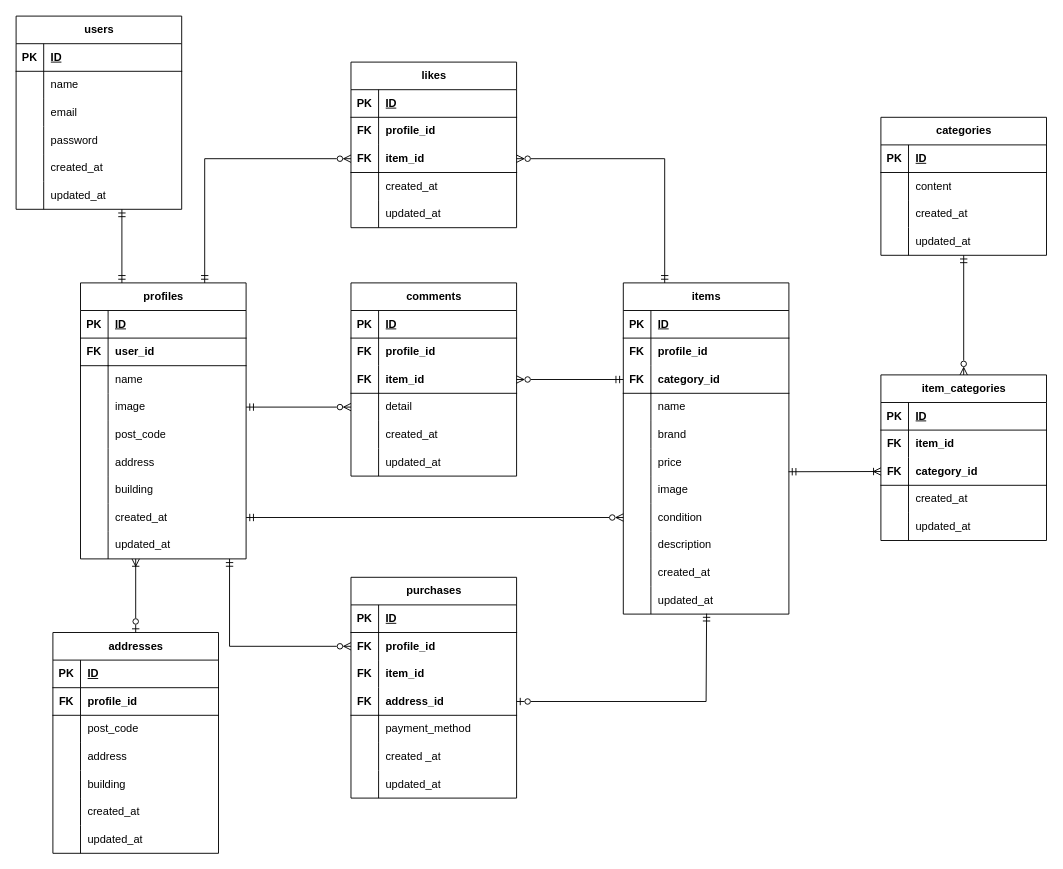
Before: flea-market.dio in ri0921/flea-market, a draw.io diagram. Source tidied: cells renumbered, new cells numbered last; positions are measured from the earlier drawing's top-left corner, leaving out a move shared by most shapes. Both pictures are drawn from the tidied source at 92%, with x=0, y=0 at pixel (16, 16).
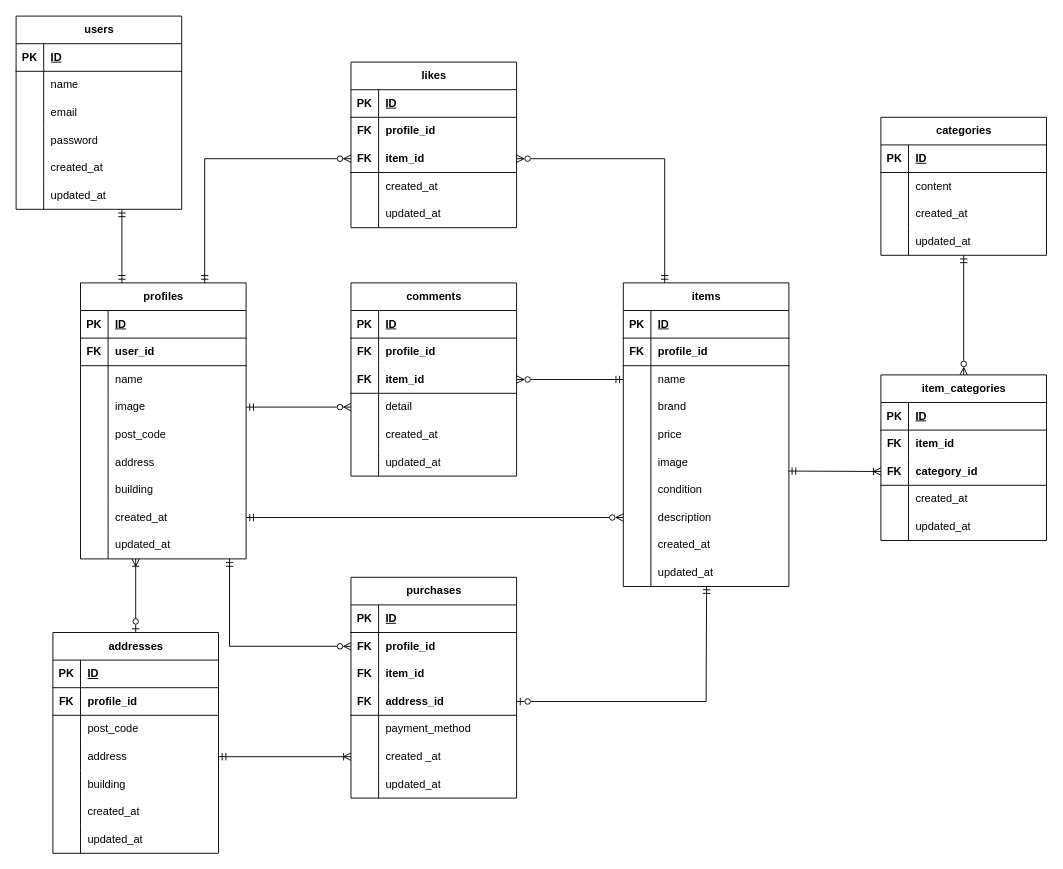
The same diagram, later.

Unchanged cells that the change refers to:
```xml
<mxCell id="25" style="shape=tableRow;horizontal=0;startSize=0;swimlaneHead=0;swimlaneBody=0;fillColor=none;points=[[0,0.5],[1,0.5]];portConstraint=eastwest;top=0;left=0;right=0;bottom=0;" parent="3" vertex="1">
  <mxGeometry y="240" width="180" height="30" as="geometry" />
</mxCell>
<mxCell id="54" style="shape=tableRow;horizontal=0;startSize=0;swimlaneHead=0;swimlaneBody=0;fillColor=none;points=[[0,0.5],[1,0.5]];portConstraint=eastwest;top=0;left=0;right=0;bottom=0;" parent="47" vertex="1">
  <mxGeometry y="90" width="180" height="30" as="geometry" />
</mxCell>
<mxCell id="70" style="shape=tableRow;horizontal=0;startSize=0;swimlaneHead=0;swimlaneBody=0;fillColor=none;top=0;left=0;right=0;bottom=0;" parent="66" vertex="1">
  <mxGeometry y="60" width="180" height="30" as="geometry" />
</mxCell>
<mxCell id="116" style="shape=tableRow;horizontal=0;startSize=0;swimlaneHead=0;swimlaneBody=0;fillColor=none;points=[[0,0.5],[1,0.5]];portConstraint=eastwest;top=0;left=0;right=0;bottom=0;" parent="100" vertex="1">
  <mxGeometry y="180" width="180" height="30" as="geometry" />
</mxCell>
<mxCell id="172" style="shape=tableRow;horizontal=0;startSize=0;swimlaneHead=0;swimlaneBody=0;fillColor=none;points=[[0,0.5],[1,0.5]];portConstraint=eastwest;top=0;left=0;right=0;bottom=0;" parent="162" vertex="1">
  <mxGeometry y="120" width="180" height="30" as="geometry" />
</mxCell>
<mxCell id="193" style="shape=tableRow;horizontal=0;startSize=0;swimlaneHead=0;swimlaneBody=0;fillColor=none;points=[[0,0.5],[1,0.5]];portConstraint=eastwest;top=0;left=0;right=0;bottom=0;" parent="186" vertex="1">
  <mxGeometry y="90" width="180" height="30" as="geometry" />
</mxCell>
```

Diff of the diagram source:
```diff
@@
     <mxCell id="66" value="items" style="shape=table;startSize=30;childLayout=tableLayout;rowLines=0;fontStyle=1;align=center;html=1;" parent="1" vertex="1">
-      <mxGeometry x="660" y="290" width="180" height="360" as="geometry" />
+      <mxGeometry x="660" y="290" width="180" height="330" as="geometry" />
     </mxCell>
@@
-    <mxCell id="71" value="&lt;b&gt;FK&lt;/b&gt;" style="shape=partialRectangle;fillColor=none;top=0;left=0;bottom=0;right=0;overflow=hidden;whiteSpace=wrap;html=1;" parent="70" vertex="1">
+    <mxCell id="71" value="&lt;b&gt;FK&lt;/b&gt;" style="shape=partialRectangle;fillColor=none;top=0;left=0;bottom=1;right=0;overflow=hidden;whiteSpace=wrap;html=1;" parent="70" vertex="1">
       <mxGeometry width="30" height="30" as="geometry" />
     </mxCell>
-    <mxCell id="72" value="&lt;b&gt;profile_id&lt;/b&gt;" style="shape=partialRectangle;fillColor=none;top=0;left=0;bottom=0;right=0;align=left;spacingLeft=6;overflow=hidden;whiteSpace=wrap;html=1;" parent="70" vertex="1">
+    <mxCell id="72" value="&lt;b&gt;profile_id&lt;/b&gt;" style="shape=partialRectangle;fillColor=none;top=0;left=0;bottom=1;right=0;align=left;spacingLeft=6;overflow=hidden;whiteSpace=wrap;html=1;" parent="70" vertex="1">
       <mxGeometry x="30" width="150" height="30" as="geometry" />
     </mxCell>
-    <mxCell id="73" style="shape=tableRow;horizontal=0;startSize=0;swimlaneHead=0;swimlaneBody=0;fillColor=none;points=[[0,0.5],[1,0.5]];portConstraint=eastwest;top=0;left=0;right=0;bottom=0;" parent="66" vertex="1">
-      <mxGeometry y="90" width="180" height="30" as="geometry" />
-    </mxCell>
-    <mxCell id="74" value="&lt;b&gt;FK&lt;/b&gt;" style="shape=partialRectangle;fillColor=none;top=0;left=0;bottom=1;right=0;overflow=hidden;whiteSpace=wrap;html=1;" parent="73" vertex="1">
-      <mxGeometry width="30" height="30" as="geometry" />
-    </mxCell>
-    <mxCell id="75" value="&lt;b&gt;category_id&lt;/b&gt;" style="shape=partialRectangle;fillColor=none;top=0;left=0;bottom=1;right=0;align=left;spacingLeft=6;overflow=hidden;whiteSpace=wrap;html=1;" parent="73" vertex="1">
-      <mxGeometry x="30" width="150" height="30" as="geometry" />
-    </mxCell>
     <mxCell id="76" style="shape=tableRow;horizontal=0;startSize=0;swimlaneHead=0;swimlaneBody=0;fillColor=none;points=[[0,0.5],[1,0.5]];portConstraint=eastwest;top=0;left=0;right=0;bottom=0;" parent="66" vertex="1">
-      <mxGeometry y="120" width="180" height="30" as="geometry" />
+      <mxGeometry y="90" width="180" height="30" as="geometry" />
     </mxCell>
@@
     <mxCell id="79" style="shape=tableRow;horizontal=0;startSize=0;swimlaneHead=0;swimlaneBody=0;fillColor=none;top=0;left=0;right=0;bottom=0;" parent="66" vertex="1">
-      <mxGeometry y="150" width="180" height="30" as="geometry" />
+      <mxGeometry y="120" width="180" height="30" as="geometry" />
     </mxCell>
@@
     <mxCell id="82" style="shape=tableRow;horizontal=0;startSize=0;swimlaneHead=0;swimlaneBody=0;fillColor=none;points=[[0,0.5],[1,0.5]];portConstraint=eastwest;top=0;left=0;right=0;bottom=0;" parent="66" vertex="1">
-      <mxGeometry y="180" width="180" height="30" as="geometry" />
+      <mxGeometry y="150" width="180" height="30" as="geometry" />
     </mxCell>
@@
     <mxCell id="85" style="shape=tableRow;horizontal=0;startSize=0;swimlaneHead=0;swimlaneBody=0;fillColor=none;points=[[0,0.5],[1,0.5]];portConstraint=eastwest;top=0;left=0;right=0;bottom=0;" parent="66" vertex="1">
-      <mxGeometry y="210" width="180" height="30" as="geometry" />
+      <mxGeometry y="180" width="180" height="30" as="geometry" />
     </mxCell>
@@
     <mxCell id="88" style="shape=tableRow;horizontal=0;startSize=0;swimlaneHead=0;swimlaneBody=0;fillColor=none;points=[[0,0.5],[1,0.5]];portConstraint=eastwest;top=0;left=0;right=0;bottom=0;" parent="66" vertex="1">
-      <mxGeometry y="240" width="180" height="30" as="geometry" />
+      <mxGeometry y="210" width="180" height="30" as="geometry" />
     </mxCell>
@@
     <mxCell id="91" style="shape=tableRow;horizontal=0;startSize=0;swimlaneHead=0;swimlaneBody=0;fillColor=none;points=[[0,0.5],[1,0.5]];portConstraint=eastwest;top=0;left=0;right=0;bottom=0;" parent="66" vertex="1">
-      <mxGeometry y="270" width="180" height="30" as="geometry" />
+      <mxGeometry y="240" width="180" height="30" as="geometry" />
     </mxCell>
@@
     <mxCell id="94" style="shape=tableRow;horizontal=0;startSize=0;swimlaneHead=0;swimlaneBody=0;fillColor=none;top=0;left=0;right=0;bottom=0;" parent="66" vertex="1">
-      <mxGeometry y="300" width="180" height="30" as="geometry" />
+      <mxGeometry y="270" width="180" height="30" as="geometry" />
     </mxCell>
@@
     <mxCell id="97" style="shape=tableRow;horizontal=0;startSize=0;swimlaneHead=0;swimlaneBody=0;fillColor=none;points=[[0,0.5],[1,0.5]];portConstraint=eastwest;top=0;left=0;right=0;bottom=0;" parent="66" vertex="1">
-      <mxGeometry y="330" width="180" height="30" as="geometry" />
+      <mxGeometry y="300" width="180" height="30" as="geometry" />
     </mxCell>
@@
-    <mxCell id="137" style="edgeStyle=none;html=1;exitX=1;exitY=0.5;exitDx=0;exitDy=0;entryX=0;entryY=0.5;entryDx=0;entryDy=0;rounded=0;curved=0;endArrow=ERmandOne;endFill=0;startArrow=ERzeroToMany;startFill=0;" parent="1" edge="1" source="54" target="73">
+    <mxCell id="137" style="edgeStyle=none;html=1;exitX=1;exitY=0.5;exitDx=0;exitDy=0;entryX=0;entryY=0.5;entryDx=0;entryDy=0;rounded=0;curved=0;endArrow=ERmandOne;endFill=0;startArrow=ERzeroToMany;startFill=0;" parent="1" edge="1" source="54" target="76">
       <mxGeometry relative="1" as="geometry" />
     </mxCell>
@@
-    <mxCell id="141" style="edgeStyle=none;html=1;exitX=1;exitY=0.5;exitDx=0;exitDy=0;entryX=0;entryY=0.5;entryDx=0;entryDy=0;rounded=0;curved=0;startArrow=ERmandOne;startFill=0;endArrow=ERzeroToMany;endFill=0;" parent="1" edge="1" source="25" target="88">
+    <mxCell id="141" style="edgeStyle=none;html=1;exitX=1;exitY=0.5;exitDx=0;exitDy=0;entryX=0;entryY=0.5;entryDx=0;entryDy=0;rounded=0;curved=0;startArrow=ERmandOne;startFill=0;endArrow=ERzeroToMany;endFill=0;" parent="1" edge="1" source="25" target="91">
       <mxGeometry relative="1" as="geometry" />
     </mxCell>
@@
-    <mxCell id="203" style="edgeStyle=none;html=1;exitX=0;exitY=0.5;exitDx=0;exitDy=0;entryX=0.998;entryY=0.842;entryDx=0;entryDy=0;entryPerimeter=0;startArrow=ERoneToMany;startFill=0;endArrow=ERmandOne;endFill=0;" parent="1" edge="1" source="193" target="82">
+    <mxCell id="203" style="edgeStyle=none;html=1;exitX=0;exitY=0.5;exitDx=0;exitDy=0;startArrow=ERoneToMany;startFill=0;endArrow=ERmandOne;endFill=0;entryX=0.997;entryY=0.817;entryDx=0;entryDy=0;entryPerimeter=0;" parent="1" edge="1" source="193" target="85">
       <mxGeometry relative="1" as="geometry" />
     </mxCell>
+    <mxCell id="204" style="edgeStyle=none;html=1;exitX=1;exitY=0.5;exitDx=0;exitDy=0;rounded=0;curved=0;startArrow=ERmandOne;startFill=0;endArrow=ERoneToMany;endFill=0;" parent="1" edge="1" source="172" target="116">
+      <mxGeometry relative="1" as="geometry" />
+    </mxCell>
```
